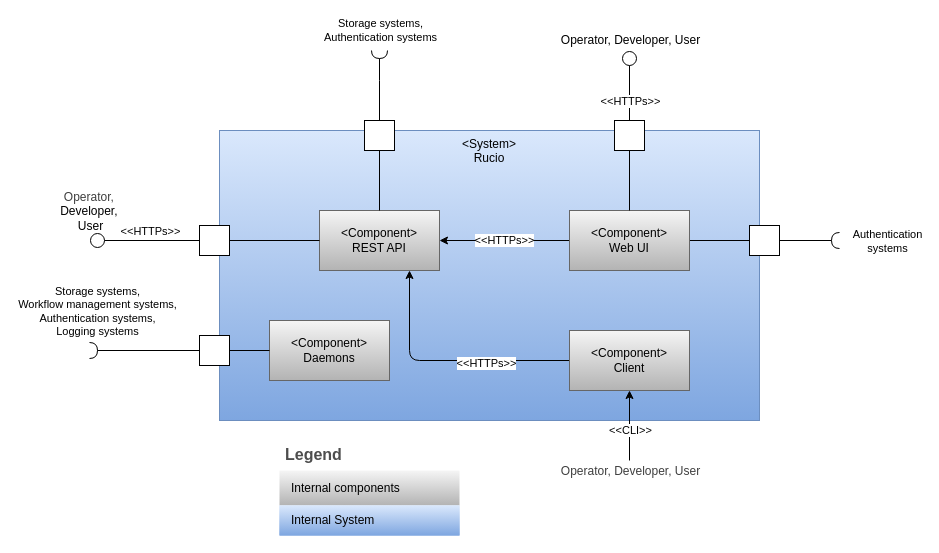
This is diagrams/Building Block Lvl 1 View.drawio from mgajek-cern/rucio-architecture-docs, a draw.io file, before an edit. Source tidied: cells renumbered, new cells numbered last; positions are measured from the earlier drawing's top-left corner, leaving out a move shared by most shapes. Both pictures are drawn from the tidied source at 100%, with x=0, y=0 at pixel (89, 50).
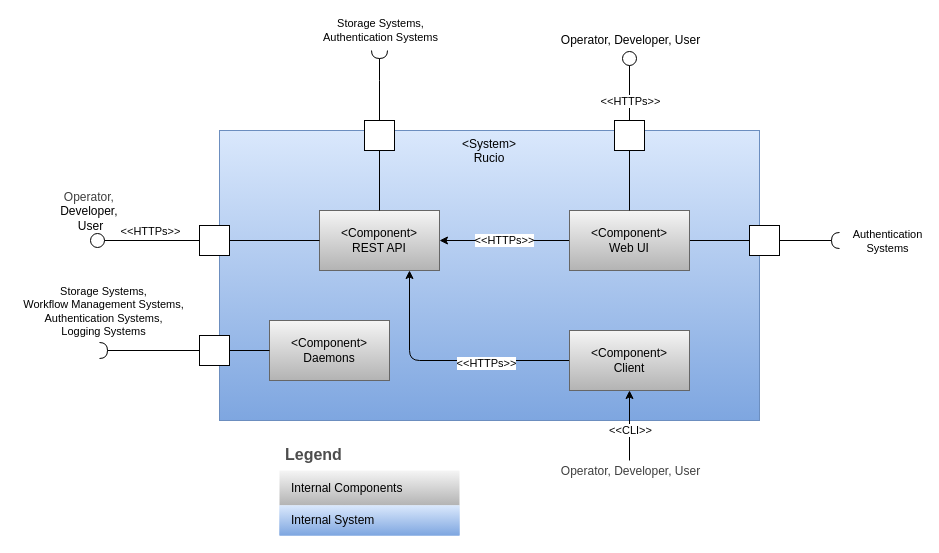
After the change.

Commit message (it also covers changes not shown here):
first letter to uppercase in building block lvl 1 view

Unchanged cells that the change refers to:
```xml
<mxCell id="4" style="shape=tableRow;horizontal=0;startSize=0;swimlaneHead=0;swimlaneBody=0;strokeColor=inherit;top=0;left=0;bottom=0;right=0;fillColor=none;fontSize=12;" parent="3" vertex="1">
  <mxGeometry y="30" width="180" height="35" as="geometry" />
</mxCell>
<mxCell id="18" style="edgeStyle=orthogonalEdgeStyle;rounded=0;jettySize=auto;html=1;endArrow=halfCircle;endFill=0;" parent="1" edge="1" source="21">
  <mxGeometry relative="1" as="geometry">
    <mxPoint x="290" as="targetPoint" />
    <Array as="points">
      <mxPoint x="290" y="30" />
    </Array>
  </mxGeometry>
</mxCell>
<mxCell id="36" style="fontStyle=0;labelPosition=right;verticalLabelPosition=middle;align=left;verticalAlign=middle;spacingLeft=2;direction=south;" parent="1" vertex="1">
  <mxGeometry x="110" y="285" width="30" height="30" as="geometry" />
</mxCell>
<mxCell id="37" style="edgeStyle=none;html=1;endArrow=halfCircle;endFill=0;" parent="1" edge="1" source="39">
  <mxGeometry relative="1" as="geometry">
    <mxPoint x="750" y="190" as="targetPoint" />
  </mxGeometry>
</mxCell>
```

What changed in the source:
```diff
@@
-    <mxCell id="5" value="Internal components" style="shape=partialRectangle;html=1;whiteSpace=wrap;strokeColor=#666666;overflow=hidden;fillColor=#f5f5f5;top=0;left=0;bottom=0;right=0;fontSize=12;align=left;gradientColor=#b3b3b3;spacingLeft=10;spacingRight=4;" parent="4" vertex="1">
+    <mxCell id="5" value="Internal Components" style="shape=partialRectangle;html=1;whiteSpace=wrap;strokeColor=#666666;overflow=hidden;fillColor=#f5f5f5;top=0;left=0;bottom=0;right=0;fontSize=12;align=left;gradientColor=#b3b3b3;spacingLeft=10;spacingRight=4;" parent="4" vertex="1">
       <mxGeometry width="180" height="35" as="geometry" />
     </mxCell>
@@
-    <mxCell id="19" value="Storage systems,&lt;div&gt;&lt;font color=&quot;#000000&quot;&gt;Authentication systems&lt;/font&gt;&lt;/div&gt;" style="edgeLabel;html=1;align=center;verticalAlign=middle;" parent="18" vertex="1">
+    <mxCell id="19" value="Storage Systems,&lt;div&gt;&lt;font color=&quot;#000000&quot;&gt;Authentication Systems&lt;/font&gt;&lt;/div&gt;" style="edgeLabel;html=1;align=center;verticalAlign=middle;" parent="18" vertex="1">
       <mxGeometry x="0.19" y="-1" relative="1" as="geometry">
         <mxPoint x="-1" y="-49" as="offset" />
       </mxGeometry>
     </mxCell>
@@
     <mxCell id="34" style="edgeStyle=none;html=1;endArrow=halfCircle;endFill=0;" parent="1" edge="1" source="36">
       <mxGeometry relative="1" as="geometry">
-        <mxPoint y="300" as="targetPoint" />
+        <mxPoint x="10" y="300" as="targetPoint" />
       </mxGeometry>
     </mxCell>
-    <mxCell id="35" value="Storage systems,&lt;div&gt;Workflow management systems,&lt;/div&gt;&lt;div&gt;&lt;span style=&quot;color: rgb(0, 0, 0);&quot;&gt;Authentication systems,&lt;/span&gt;&lt;/div&gt;&lt;div&gt;&lt;font color=&quot;#000000&quot;&gt;Logging systems&lt;/font&gt;&lt;br&gt;&lt;/div&gt;" style="edgeLabel;html=1;align=center;verticalAlign=middle;" parent="34" vertex="1">
+    <mxCell id="35" value="Storage Systems,&lt;div&gt;Workflow Management Systems,&lt;/div&gt;&lt;div&gt;&lt;span style=&quot;color: rgb(0, 0, 0);&quot;&gt;Authentication Systems,&lt;/span&gt;&lt;/div&gt;&lt;div&gt;&lt;font color=&quot;#000000&quot;&gt;Logging Systems&lt;/font&gt;&lt;br&gt;&lt;/div&gt;" style="edgeLabel;html=1;align=center;verticalAlign=middle;" parent="34" vertex="1">
       <mxGeometry x="0.13" y="-4" relative="1" as="geometry">
         <mxPoint x="-41" y="-36" as="offset" />
       </mxGeometry>
     </mxCell>
@@
-    <mxCell id="38" value="Authentication &lt;br&gt;systems" style="edgeLabel;html=1;align=center;verticalAlign=middle;" parent="37" vertex="1">
+    <mxCell id="38" value="Authentication &lt;br&gt;Systems" style="edgeLabel;html=1;align=center;verticalAlign=middle;" parent="37" vertex="1">
       <mxGeometry x="0.27" y="1" relative="1" as="geometry">
         <mxPoint x="69" y="1" as="offset" />
       </mxGeometry>
     </mxCell>
```
